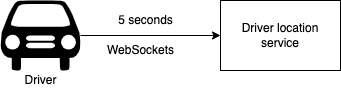
Earlier version of the draw.io export 2. System design/Images/driver location.png (BachQuang/SkyMavis_Test). Source tidied: cells renumbered, new cells last; positions are measured from the earlier drawing's top-left corner, leaving out a move shared by most shapes. Source of this version:
```xml
<mxGraphModel>
  <root>
    <mxCell id="0" />
    <mxCell id="1" parent="0" />
    <mxCell id="2" style="edgeStyle=orthogonalEdgeStyle;rounded=0;jettySize=auto;html=1;entryX=0;entryY=0.5;entryDx=0;entryDy=0;" parent="1" edge="1" source="3" target="4">
      <mxGeometry relative="1" as="geometry" />
    </mxCell>
    <mxCell id="3" style="shape=mxgraph.signs.transportation.car_1;html=1;fillColor=#000000;strokeColor=none;verticalLabelPosition=bottom;verticalAlign=top;align=center;" parent="1" vertex="1">
      <mxGeometry width="80" height="70" as="geometry" />
    </mxCell>
    <mxCell id="4" value="Driver location service" style="rounded=0;whiteSpace=wrap;html=1;" parent="1" vertex="1">
      <mxGeometry x="220" width="120" height="70" as="geometry" />
    </mxCell>
    <mxCell id="5" value="5 seconds" style="text;html=1;align=center;verticalAlign=middle;strokeColor=none;" parent="1" vertex="1">
      <mxGeometry x="110" y="10" width="70" height="20" as="geometry" />
    </mxCell>
    <mxCell id="6" value="WebSockets" style="text;html=1;align=center;verticalAlign=middle;strokeColor=none;" parent="1" vertex="1">
      <mxGeometry x="100" y="40" width="80" height="20" as="geometry" />
    </mxCell>
    <mxCell id="7" value="Driver&lt;br&gt;" style="text;html=1;align=center;verticalAlign=middle;strokeColor=none;" parent="1" vertex="1">
      <mxGeometry x="15" y="70" width="50" height="20" as="geometry" />
    </mxCell>
  </root>
</mxGraphModel>
```
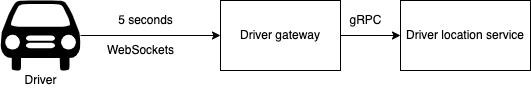
Above is the later version.

The edit, as a diff of the source:
```diff
@@ -8,7 +8,10 @@
     <mxCell id="3" style="shape=mxgraph.signs.transportation.car_1;html=1;fillColor=#000000;strokeColor=none;verticalLabelPosition=bottom;verticalAlign=top;align=center;" parent="1" vertex="1">
       <mxGeometry width="80" height="70" as="geometry" />
     </mxCell>
+    <mxCell id="8" style="edgeStyle=orthogonalEdgeStyle;rounded=0;jettySize=auto;html=1;entryX=0;entryY=0.5;entryDx=0;entryDy=0;" parent="1" edge="1" source="4" target="9">
+      <mxGeometry relative="1" as="geometry" />
+    </mxCell>
-    <mxCell id="4" value="Driver location service" style="rounded=0;whiteSpace=wrap;html=1;" parent="1" vertex="1">
+    <mxCell id="4" value="Driver gateway" style="rounded=0;whiteSpace=wrap;html=1;" parent="1" vertex="1">
       <mxGeometry x="220" width="120" height="70" as="geometry" />
     </mxCell>
     <mxCell id="5" value="5 seconds" style="text;html=1;align=center;verticalAlign=middle;strokeColor=none;" parent="1" vertex="1">
@@ -20,5 +23,11 @@
     <mxCell id="7" value="Driver&lt;br&gt;" style="text;html=1;align=center;verticalAlign=middle;strokeColor=none;" parent="1" vertex="1">
       <mxGeometry x="15" y="70" width="50" height="20" as="geometry" />
     </mxCell>
+    <mxCell id="9" value="Driver location service" style="rounded=0;whiteSpace=wrap;html=1;" parent="1" vertex="1">
+      <mxGeometry x="400" width="130" height="70" as="geometry" />
+    </mxCell>
+    <mxCell id="10" value="gRPC" style="text;html=1;align=center;verticalAlign=middle;strokeColor=none;" parent="1" vertex="1">
+      <mxGeometry x="340" y="10" width="50" height="20" as="geometry" />
+    </mxCell>
   </root>
 </mxGraphModel>
```
